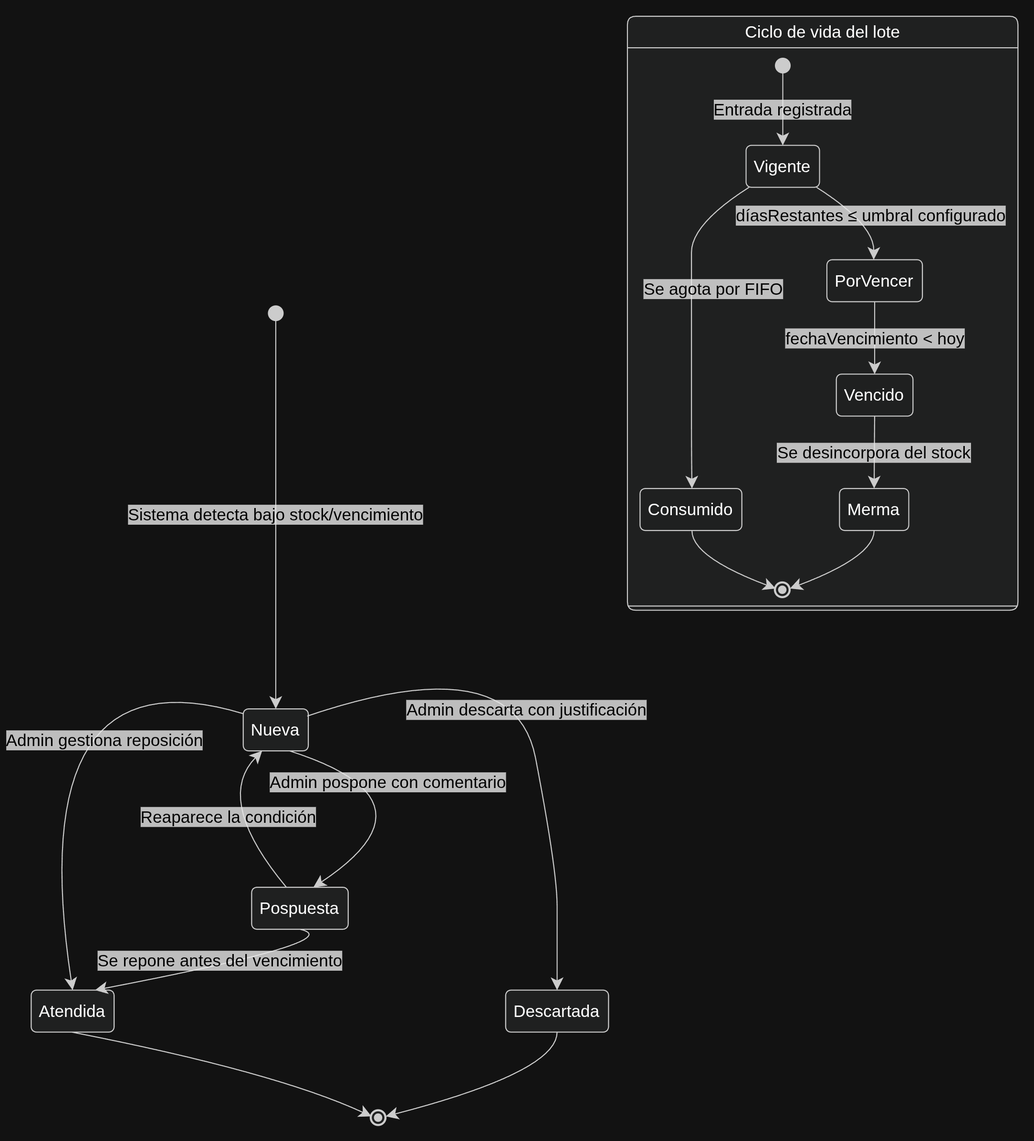
This is Docs/UML/Estados_VidaStock_Alertas.png from ochuxx-u/smartstock, a draw.io export, as it was before one commit. Source tidied: cells renumbered, new cells last; positions are measured from the earlier drawing's top-left corner, leaving out a move shared by most shapes. The source it was exported from:
```xml
<mxGraphModel>
  <root>
    <mxCell id="0" />
    <mxCell id="1" parent="0" />
    <mxCell id="2" style="group;transparentBounds=1;editIcon=1;lockedGroup=0;groupPadding=10;" parent="1" vertex="1">
      <mxGeometry x="150" as="geometry" />
    </mxCell>
    <mxCell id="3" style="ellipse;html=1;fillColor=light-dark(#333333,#cccccc);strokeColor=light-dark(#333333,#cccccc);fontColor=light-dark(#333333,#cccccc);fontFamily=Trebuchet MS,Verdana,Arial,sans-serif;fontSize=16;" parent="2" vertex="1">
      <mxGeometry x="86" y="306" width="14" height="14" as="geometry" />
    </mxCell>
    <mxCell id="4" value="Nueva" style="rounded=1;absoluteArcSize=1;arcSize=10;html=1;whiteSpace=wrap;strokeWidth=1;fillColor=light-dark(#ECECFF,#1f2020);strokeColor=light-dark(#9370DB,#cccccc);fontColor=default;fontFamily=Trebuchet MS,Verdana,Arial,sans-serif;fontSize=16;" parent="2" vertex="1">
      <mxGeometry x="62" y="690" width="62" height="40" as="geometry" />
    </mxCell>
    <mxCell id="5" value="Atendida" style="rounded=1;absoluteArcSize=1;arcSize=10;html=1;whiteSpace=wrap;strokeWidth=1;fillColor=light-dark(#ECECFF,#1f2020);strokeColor=light-dark(#9370DB,#cccccc);fontColor=default;fontFamily=Trebuchet MS,Verdana,Arial,sans-serif;fontSize=16;" parent="2" vertex="1">
      <mxGeometry x="-140" y="958" width="79" height="40" as="geometry" />
    </mxCell>
    <mxCell id="6" value="Pospuesta" style="rounded=1;absoluteArcSize=1;arcSize=10;html=1;whiteSpace=wrap;strokeWidth=1;fillColor=light-dark(#ECECFF,#1f2020);strokeColor=light-dark(#9370DB,#cccccc);fontColor=default;fontFamily=Trebuchet MS,Verdana,Arial,sans-serif;fontSize=16;" parent="2" vertex="1">
      <mxGeometry x="70" y="860" width="92" height="40" as="geometry" />
    </mxCell>
    <mxCell id="7" value="Descartada" style="rounded=1;absoluteArcSize=1;arcSize=10;html=1;whiteSpace=wrap;strokeWidth=1;fillColor=light-dark(#ECECFF,#1f2020);strokeColor=light-dark(#9370DB,#cccccc);fontColor=default;fontFamily=Trebuchet MS,Verdana,Arial,sans-serif;fontSize=16;" parent="2" vertex="1">
      <mxGeometry x="312" y="958" width="98" height="40" as="geometry" />
    </mxCell>
    <mxCell id="8" style="ellipse;html=1;fillColor=light-dark(#ECECFF,#1f2020);strokeColor=light-dark(#333333,#cccccc);strokeWidth=2;centerRadius=4;centerColor=light-dark(#9370DB,#cccccc);fontColor=light-dark(#333333,#cccccc);fontFamily=Trebuchet MS,Verdana,Arial,sans-serif;fontSize=16;" parent="2" vertex="1">
      <mxGeometry x="184" y="1073" width="14" height="14" as="geometry" />
    </mxCell>
    <mxCell id="9" value="Ciclo de vida del lote" style="swimlane;html=1;fontStyle=0;align=center;verticalAlign=middle;startSize=30;rounded=1;absoluteArcSize=1;arcSize=16;footerSize=4;swimlaneFillColor=light-dark(#ffffff,#1f2020);fillColor=light-dark(#ECECFF,#1f2020);strokeColor=light-dark(#9370DB,#cccccc);fontColor=default;fontFamily=Trebuchet MS,Verdana,Arial,sans-serif;fontSize=16;" parent="2" vertex="1">
      <mxGeometry x="428" y="30" width="372" height="566" as="geometry" />
    </mxCell>
    <mxCell id="10" style="ellipse;html=1;fillColor=light-dark(#333333,#cccccc);strokeColor=light-dark(#333333,#cccccc);fontColor=light-dark(#333333,#cccccc);fontFamily=Trebuchet MS,Verdana,Arial,sans-serif;fontSize=16;" parent="9" vertex="1">
      <mxGeometry x="141" y="40" width="14" height="14" as="geometry" />
    </mxCell>
    <mxCell id="11" value="Vigente" style="rounded=1;absoluteArcSize=1;arcSize=10;html=1;whiteSpace=wrap;strokeWidth=1;fillColor=light-dark(#ECECFF,#1f2020);strokeColor=light-dark(#9370DB,#cccccc);fontColor=default;fontFamily=Trebuchet MS,Verdana,Arial,sans-serif;fontSize=16;" parent="9" vertex="1">
      <mxGeometry x="113" y="123" width="70" height="40" as="geometry" />
    </mxCell>
    <mxCell id="12" value="PorVencer" style="rounded=1;absoluteArcSize=1;arcSize=10;html=1;whiteSpace=wrap;strokeWidth=1;fillColor=light-dark(#ECECFF,#1f2020);strokeColor=light-dark(#9370DB,#cccccc);fontColor=default;fontFamily=Trebuchet MS,Verdana,Arial,sans-serif;fontSize=16;" parent="9" vertex="1">
      <mxGeometry x="190" y="232" width="91" height="40" as="geometry" />
    </mxCell>
    <mxCell id="13" value="Vencido" style="rounded=1;absoluteArcSize=1;arcSize=10;html=1;whiteSpace=wrap;strokeWidth=1;fillColor=light-dark(#ECECFF,#1f2020);strokeColor=light-dark(#9370DB,#cccccc);fontColor=default;fontFamily=Trebuchet MS,Verdana,Arial,sans-serif;fontSize=16;" parent="9" vertex="1">
      <mxGeometry x="199" y="341" width="73" height="40" as="geometry" />
    </mxCell>
    <mxCell id="14" value="Merma" style="rounded=1;absoluteArcSize=1;arcSize=10;html=1;whiteSpace=wrap;strokeWidth=1;fillColor=light-dark(#ECECFF,#1f2020);strokeColor=light-dark(#9370DB,#cccccc);fontColor=default;fontFamily=Trebuchet MS,Verdana,Arial,sans-serif;fontSize=16;" parent="9" vertex="1">
      <mxGeometry x="202" y="450" width="66" height="40" as="geometry" />
    </mxCell>
    <mxCell id="15" style="ellipse;html=1;fillColor=light-dark(#ECECFF,#1f2020);strokeColor=light-dark(#333333,#cccccc);strokeWidth=2;centerRadius=4;centerColor=light-dark(#9370DB,#cccccc);fontColor=light-dark(#333333,#cccccc);fontFamily=Trebuchet MS,Verdana,Arial,sans-serif;fontSize=16;" parent="9" vertex="1">
      <mxGeometry x="141" y="540" width="14" height="14" as="geometry" />
    </mxCell>
    <mxCell id="16" value="Consumido" style="rounded=1;absoluteArcSize=1;arcSize=10;html=1;whiteSpace=wrap;strokeWidth=1;fillColor=light-dark(#ECECFF,#1f2020);strokeColor=light-dark(#9370DB,#cccccc);fontColor=default;fontFamily=Trebuchet MS,Verdana,Arial,sans-serif;fontSize=16;" parent="9" vertex="1">
      <mxGeometry x="12" y="450" width="97" height="40" as="geometry" />
    </mxCell>
    <mxCell id="17" value="&lt;span style=&quot;color: light-dark(rgb(0, 0, 0), rgb(0, 0, 0));&quot;&gt;Entrada registrada&lt;/span&gt;" style="curved=1;startArrow=none;endArrow=classic;endSize=9;fillColor=none;strokeColor=light-dark(#333333,#cccccc);html=1;fontSize=16;labelBackgroundColor=#E8E8E88D;fontFamily=Trebuchet MS,Verdana,Arial,sans-serif;fontColor=light-dark(#333333,#cccccc);exitX=0.5;exitY=1;entryX=0.5;entryY=0;" parent="9" edge="1" source="10" target="11">
      <mxGeometry relative="1" as="geometry" />
    </mxCell>
    <mxCell id="18" value="&lt;span style=&quot;color: light-dark(rgb(0, 0, 0), rgb(0, 0, 0));&quot;&gt;díasRestantes ≤ umbral configurado&lt;/span&gt;" style="curved=1;startArrow=none;endArrow=classic;endSize=9;fillColor=none;strokeColor=light-dark(#333333,#cccccc);html=1;fontSize=16;labelBackgroundColor=#E8E8E88D;fontFamily=Trebuchet MS,Verdana,Arial,sans-serif;fontColor=light-dark(#333333,#cccccc);exitX=0.96;exitY=1;entryX=0.49;entryY=0;" parent="9" edge="1" source="11" target="12">
      <mxGeometry x="0.18" y="5" relative="1" as="geometry">
        <Array as="points">
          <mxPoint x="235" y="198" />
        </Array>
      </mxGeometry>
    </mxCell>
    <mxCell id="19" value="fechaVencimiento &amp;lt; hoy" style="curved=1;startArrow=none;endArrow=classic;endSize=9;fillColor=none;strokeColor=light-dark(#333333,#cccccc);html=1;fontSize=16;labelBackgroundColor=#E8E8E88D;fontFamily=Trebuchet MS,Verdana,Arial,sans-serif;fontColor=light-dark(#000000,#000000);exitX=0.5;exitY=1;entryX=0.5;entryY=0;" parent="9" edge="1" source="12" target="13">
      <mxGeometry relative="1" as="geometry" />
    </mxCell>
    <mxCell id="20" value="Se desincorpora del stock" style="curved=1;startArrow=none;endArrow=classic;endSize=9;fillColor=none;strokeColor=light-dark(#333333,#cccccc);html=1;fontSize=16;labelBackgroundColor=#E8E8E88D;fontFamily=Trebuchet MS,Verdana,Arial,sans-serif;fontColor=light-dark(#000000,#000000);exitX=0.5;exitY=1;entryX=0.5;entryY=0;" parent="9" edge="1" source="13" target="14">
      <mxGeometry relative="1" as="geometry" />
    </mxCell>
    <mxCell id="21" style="curved=1;startArrow=none;endArrow=classic;endSize=9;fillColor=none;strokeColor=light-dark(#333333,#cccccc);exitX=0.5;exitY=1;entryX=1;entryY=0.29;" parent="9" edge="1" source="14" target="15">
      <mxGeometry relative="1" as="geometry">
        <Array as="points">
          <mxPoint x="235" y="515" />
        </Array>
      </mxGeometry>
    </mxCell>
    <mxCell id="22" value="Se agota por FIFO" style="curved=1;startArrow=none;endArrow=classic;endSize=9;fillColor=none;strokeColor=light-dark(#333333,#cccccc);html=1;fontSize=16;labelBackgroundColor=#E8E8E88D;fontFamily=Trebuchet MS,Verdana,Arial,sans-serif;fontColor=light-dark(#000000,#000000);exitX=0.04;exitY=1;entryX=0.51;entryY=0;" parent="9" edge="1" source="11" target="16">
      <mxGeometry x="-0.2" y="21" relative="1" as="geometry">
        <Array as="points">
          <mxPoint x="61" y="198" />
          <mxPoint x="61" y="252" />
          <mxPoint x="61" y="307" />
          <mxPoint x="61" y="361" />
          <mxPoint x="61" y="416" />
        </Array>
      </mxGeometry>
    </mxCell>
    <mxCell id="23" style="curved=1;startArrow=none;endArrow=classic;endSize=9;fillColor=none;strokeColor=light-dark(#333333,#cccccc);exitX=0.51;exitY=1;entryX=0;entryY=0.29;" parent="9" edge="1" source="16" target="15">
      <mxGeometry relative="1" as="geometry">
        <Array as="points">
          <mxPoint x="61" y="515" />
        </Array>
      </mxGeometry>
    </mxCell>
    <mxCell id="24" value="Sistema detecta bajo stock/vencimiento" style="curved=1;startArrow=none;endArrow=classic;endSize=9;fillColor=none;strokeColor=light-dark(#333333,#cccccc);html=1;fontSize=16;labelBackgroundColor=#E8E8E88D;fontFamily=Trebuchet MS,Verdana,Arial,sans-serif;fontColor=light-dark(#000000,#000000);exitX=0.5;exitY=1;entryX=0.5;entryY=0;rounded=0;" parent="2" edge="1" source="3" target="4">
      <mxGeometry relative="1" as="geometry" />
    </mxCell>
    <mxCell id="25" value="Admin gestiona reposición" style="curved=1;startArrow=none;endArrow=classic;endSize=9;fillColor=none;strokeColor=light-dark(#333333,#cccccc);html=1;fontSize=16;labelBackgroundColor=#E8E8E88D;fontFamily=Trebuchet MS,Verdana,Arial,sans-serif;fontColor=light-dark(#000000,#000000);exitX=0.008;exitY=0.118;entryX=0.5;entryY=0;rounded=0;exitDx=0;exitDy=0;exitPerimeter=0;" parent="2" edge="1" source="4" target="5">
      <mxGeometry x="-0.57" y="63" relative="1" as="geometry">
        <Array as="points">
          <mxPoint x="-150" y="630" />
        </Array>
      </mxGeometry>
    </mxCell>
    <mxCell id="26" value="Admin pospone con comentario" style="curved=1;startArrow=none;endArrow=classic;endSize=9;fillColor=none;strokeColor=light-dark(#333333,#cccccc);html=1;fontSize=16;labelBackgroundColor=#E8E8E88D;fontFamily=Trebuchet MS,Verdana,Arial,sans-serif;fontColor=light-dark(#000000,#000000);exitX=0.71;exitY=1;entryX=0.64;entryY=0;rounded=0;" parent="2" edge="1" source="4" target="6">
      <mxGeometry x="-0.35" relative="1" as="geometry">
        <Array as="points">
          <mxPoint x="254" y="777" />
        </Array>
      </mxGeometry>
    </mxCell>
    <mxCell id="27" value="Admin descarta con justificación" style="curved=1;startArrow=none;endArrow=classic;endSize=9;fillColor=none;strokeColor=light-dark(#333333,#cccccc);html=1;fontSize=16;labelBackgroundColor=#E8E8E88D;fontFamily=Trebuchet MS,Verdana,Arial,sans-serif;fontColor=light-dark(#000000,#000000);exitX=0.984;exitY=0.171;entryX=0.5;entryY=0;rounded=0;exitDx=0;exitDy=0;exitPerimeter=0;" parent="2" edge="1" source="4" target="7">
      <mxGeometry relative="1" as="geometry">
        <Array as="points">
          <mxPoint x="320" y="630" />
          <mxPoint x="361" y="844" />
          <mxPoint x="361" y="911" />
        </Array>
      </mxGeometry>
    </mxCell>
    <mxCell id="28" value="Se repone antes del vencimiento" style="curved=1;startArrow=none;endArrow=classic;endSize=9;fillColor=none;strokeColor=light-dark(#333333,#cccccc);html=1;fontSize=16;labelBackgroundColor=#E8E8E88D;fontFamily=Trebuchet MS,Verdana,Arial,sans-serif;fontColor=light-dark(#000000,#000000);exitX=0.5;exitY=1;entryX=0.77;entryY=0;rounded=0;" parent="2" edge="1" source="6" target="5">
      <mxGeometry x="0.19" y="-5" relative="1" as="geometry">
        <Array as="points">
          <mxPoint x="166" y="911" />
        </Array>
      </mxGeometry>
    </mxCell>
    <mxCell id="29" value="Reaparece la condición" style="curved=1;startArrow=none;endArrow=classic;endSize=9;fillColor=none;strokeColor=light-dark(#333333,#cccccc);html=1;fontSize=16;labelBackgroundColor=#E8E8E88D;fontFamily=Trebuchet MS,Verdana,Arial,sans-serif;fontColor=light-dark(#000000,#000000);exitX=0.36;exitY=0;entryX=0.29;entryY=1;rounded=0;" parent="2" edge="1" source="6" target="4">
      <mxGeometry relative="1" as="geometry">
        <Array as="points">
          <mxPoint x="34" y="777" />
        </Array>
      </mxGeometry>
    </mxCell>
    <mxCell id="30" style="curved=1;startArrow=none;endArrow=classic;endSize=9;fillColor=none;strokeColor=light-dark(#333333,#cccccc);exitX=0.49;exitY=1;entryX=0;entryY=0.29;rounded=0;" parent="2" edge="1" source="5" target="8">
      <mxGeometry relative="1" as="geometry">
        <Array as="points">
          <mxPoint x="93" y="1036" />
        </Array>
      </mxGeometry>
    </mxCell>
    <mxCell id="31" style="curved=1;startArrow=none;endArrow=classic;endSize=9;fillColor=none;strokeColor=light-dark(#333333,#cccccc);exitX=0.5;exitY=1;entryX=1;entryY=0.36;rounded=0;" parent="2" edge="1" source="7" target="8">
      <mxGeometry relative="1" as="geometry">
        <Array as="points">
          <mxPoint x="361" y="1036" />
        </Array>
      </mxGeometry>
    </mxCell>
  </root>
</mxGraphModel>
```
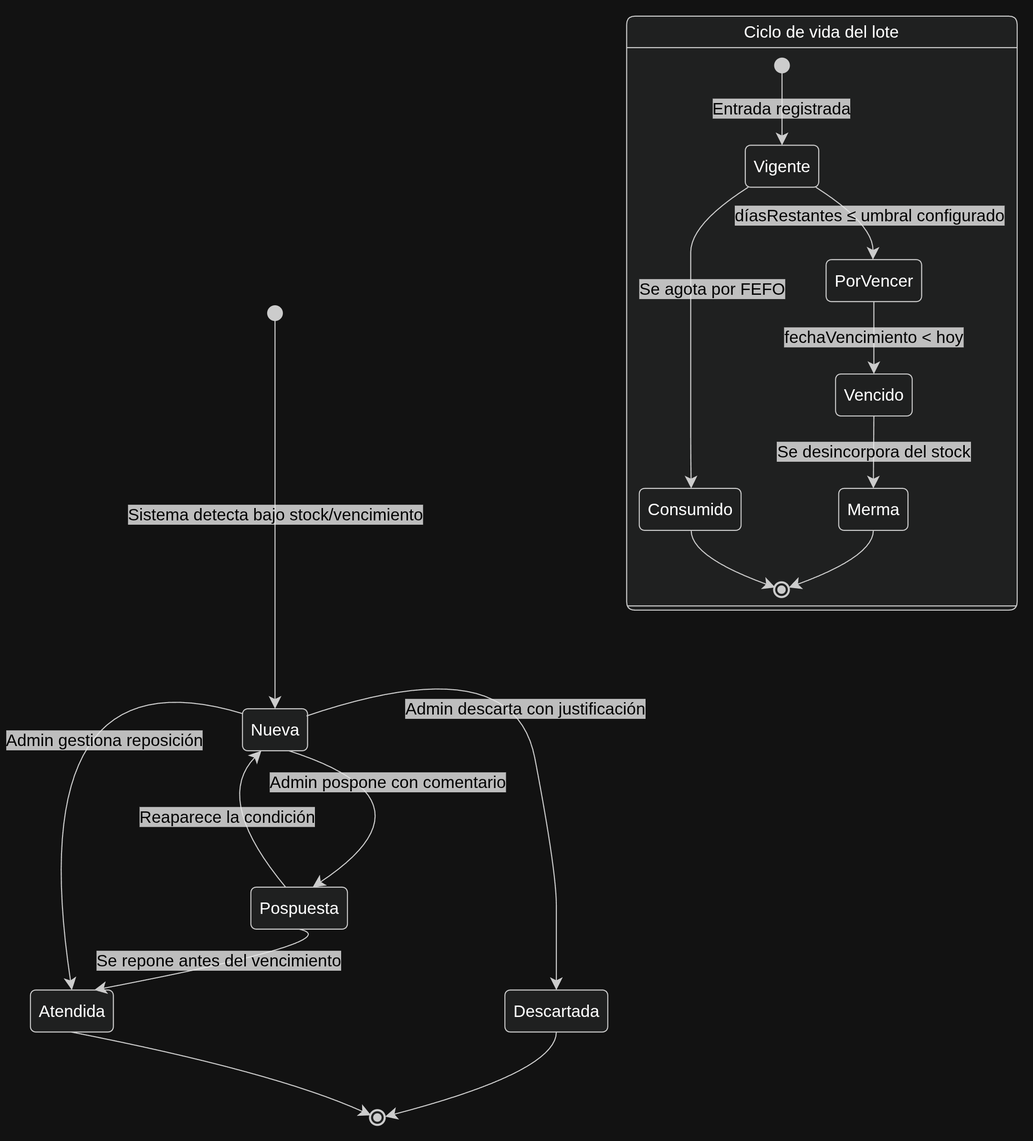
The same file after the commit.

Commit message:
Fix: concepto de FIFO a FEFO

Diff of the diagram source:
```diff
@@ -70,7 +70,7 @@
         </Array>
       </mxGeometry>
     </mxCell>
-    <mxCell id="22" value="Se agota por FIFO" style="curved=1;startArrow=none;endArrow=classic;endSize=9;fillColor=none;strokeColor=light-dark(#333333,#cccccc);html=1;fontSize=16;labelBackgroundColor=#E8E8E88D;fontFamily=Trebuchet MS,Verdana,Arial,sans-serif;fontColor=light-dark(#000000,#000000);exitX=0.04;exitY=1;entryX=0.51;entryY=0;" parent="9" edge="1" source="11" target="16">
+    <mxCell id="22" value="Se agota por FEFO" style="curved=1;startArrow=none;endArrow=classic;endSize=9;fillColor=none;strokeColor=light-dark(#333333,#cccccc);html=1;fontSize=16;labelBackgroundColor=#E8E8E88D;fontFamily=Trebuchet MS,Verdana,Arial,sans-serif;fontColor=light-dark(#000000,#000000);exitX=0.04;exitY=1;entryX=0.51;entryY=0;" parent="9" edge="1" source="11" target="16">
       <mxGeometry x="-0.2" y="21" relative="1" as="geometry">
         <Array as="points">
           <mxPoint x="61" y="198" />
```
